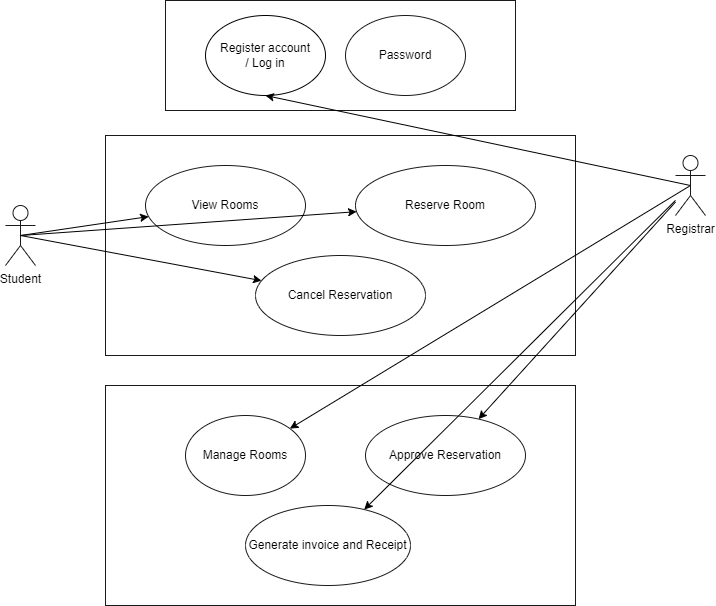
The draw.io diagram project/drawio/Alpha/useCasediagram.drawio.png in drshahizan/software-engineering, before a commit. Source tidied: cells renumbered, new cells last; positions are measured from the earlier drawing's top-left corner, leaving out a move shared by most shapes. Its diagram source:
```xml
<mxGraphModel background="#ffffff">
  <root>
    <mxCell id="0" />
    <mxCell id="1" parent="0" />
    <mxCell id="2" style="rounded=0;whiteSpace=wrap;html=1;labelBackgroundColor=none;strokeColor=#1A1A1A;fontColor=#000000;fillColor=#FFFFFF;" parent="1" vertex="1">
      <mxGeometry x="160" width="350" height="110" as="geometry" />
    </mxCell>
    <mxCell id="3" style="rounded=0;whiteSpace=wrap;html=1;labelBackgroundColor=none;strokeColor=#1A1A1A;fontColor=#000000;fillColor=#FFFFFF;" parent="1" vertex="1">
      <mxGeometry x="100" y="135" width="470" height="220" as="geometry" />
    </mxCell>
    <mxCell id="4" style="rounded=0;whiteSpace=wrap;html=1;labelBackgroundColor=none;strokeColor=#1A1A1A;fontColor=#000000;fillColor=#FFFFFF;" parent="1" vertex="1">
      <mxGeometry x="100" y="385" width="470" height="220" as="geometry" />
    </mxCell>
    <mxCell id="5" value="&lt;font color=&quot;#000000&quot;&gt;Register account&lt;br&gt;/ Log in&lt;/font&gt;" style="ellipse;whiteSpace=wrap;html=1;fillColor=#FFFFFF;strokeColor=#000000;" parent="1" vertex="1">
      <mxGeometry x="200" y="15" width="120" height="80" as="geometry" />
    </mxCell>
    <mxCell id="6" value="&lt;font style=&quot;background-color: rgb(255, 255, 255);&quot; color=&quot;#000000&quot;&gt;Password&lt;/font&gt;" style="ellipse;whiteSpace=wrap;html=1;fillColor=#FFFFFF;strokeColor=#1A1A1A;" parent="1" vertex="1">
      <mxGeometry x="340" y="15" width="120" height="80" as="geometry" />
    </mxCell>
    <mxCell id="7" value="Reserve Room" style="ellipse;whiteSpace=wrap;html=1;labelBackgroundColor=#FFFFFF;strokeColor=#1A1A1A;fontColor=#000000;fillColor=#FFFFFF;" parent="1" vertex="1">
      <mxGeometry x="350" y="165" width="180" height="80" as="geometry" />
    </mxCell>
    <mxCell id="8" value="View Rooms" style="ellipse;whiteSpace=wrap;html=1;labelBackgroundColor=#FFFFFF;strokeColor=#1A1A1A;fontColor=#000000;fillColor=#FFFFFF;" parent="1" vertex="1">
      <mxGeometry x="140" y="165" width="160" height="80" as="geometry" />
    </mxCell>
    <mxCell id="9" value="Cancel Reservation" style="ellipse;whiteSpace=wrap;html=1;labelBackgroundColor=#FFFFFF;strokeColor=#1A1A1A;fontColor=#000000;fillColor=#FFFFFF;" parent="1" vertex="1">
      <mxGeometry x="250" y="255" width="170" height="80" as="geometry" />
    </mxCell>
    <mxCell id="10" value="Manage Rooms" style="ellipse;whiteSpace=wrap;html=1;labelBackgroundColor=#FFFFFF;strokeColor=#1A1A1A;fontColor=#000000;fillColor=#FFFFFF;" parent="1" vertex="1">
      <mxGeometry x="180" y="415" width="120" height="80" as="geometry" />
    </mxCell>
    <mxCell id="11" value="Approve Reservation" style="ellipse;whiteSpace=wrap;html=1;labelBackgroundColor=#FFFFFF;strokeColor=#1A1A1A;fontColor=#000000;fillColor=#FFFFFF;" parent="1" vertex="1">
      <mxGeometry x="360" y="415" width="160" height="80" as="geometry" />
    </mxCell>
    <mxCell id="12" value="Generate invoice and Receipt" style="ellipse;whiteSpace=wrap;html=1;labelBackgroundColor=#FFFFFF;strokeColor=#1A1A1A;fontColor=#000000;fillColor=#FFFFFF;" parent="1" vertex="1">
      <mxGeometry x="240" y="505" width="165" height="80" as="geometry" />
    </mxCell>
    <mxCell id="13" style="edgeStyle=none;html=1;exitX=0.5;exitY=0.5;exitDx=0;exitDy=0;exitPerimeter=0;strokeColor=#000000;fontColor=#000000;" parent="1" edge="1" source="15" target="9">
      <mxGeometry relative="1" as="geometry" />
    </mxCell>
    <mxCell id="14" style="edgeStyle=none;html=1;exitX=0.5;exitY=0.5;exitDx=0;exitDy=0;exitPerimeter=0;strokeColor=#000000;fontColor=#000000;" parent="1" edge="1" source="15" target="7">
      <mxGeometry relative="1" as="geometry" />
    </mxCell>
    <mxCell id="15" value="Student" style="shape=umlActor;verticalLabelPosition=bottom;verticalAlign=top;html=1;outlineConnect=0;labelBackgroundColor=none;strokeColor=#1A1A1A;fontColor=#000000;fillColor=#FFFFFF;" parent="1" vertex="1">
      <mxGeometry y="205" width="30" height="60" as="geometry" />
    </mxCell>
    <mxCell id="16" style="edgeStyle=none;html=1;exitX=0.5;exitY=0.5;exitDx=0;exitDy=0;exitPerimeter=0;strokeColor=#000000;fontColor=#000000;" parent="1" edge="1" source="18" target="10">
      <mxGeometry relative="1" as="geometry" />
    </mxCell>
    <mxCell id="17" style="edgeStyle=none;html=1;exitX=0.5;exitY=0.5;exitDx=0;exitDy=0;exitPerimeter=0;entryX=0.5;entryY=1;entryDx=0;entryDy=0;strokeColor=#000000;fontColor=#000000;" parent="1" edge="1" source="18" target="5">
      <mxGeometry relative="1" as="geometry" />
    </mxCell>
    <mxCell id="18" value="Registrar" style="shape=umlActor;verticalLabelPosition=bottom;verticalAlign=top;html=1;outlineConnect=0;labelBackgroundColor=none;strokeColor=#1A1A1A;fontColor=#000000;fillColor=#FFFFFF;" parent="1" vertex="1">
      <mxGeometry x="670" y="155" width="30" height="60" as="geometry" />
    </mxCell>
    <mxCell id="19" style="endArrow=classic;html=1;fontColor=#000000;strokeColor=#000000;" parent="1" edge="1" source="18" target="11">
      <mxGeometry relative="1" as="geometry" />
    </mxCell>
    <mxCell id="20" style="endArrow=classic;html=1;strokeColor=#000000;fontColor=#000000;" parent="1" edge="1" source="18" target="12">
      <mxGeometry relative="1" as="geometry" />
    </mxCell>
    <mxCell id="21" style="endArrow=classic;html=1;strokeColor=#000000;fontColor=#000000;exitX=0.5;exitY=0.5;exitDx=0;exitDy=0;exitPerimeter=0;" parent="1" edge="1" source="15" target="8">
      <mxGeometry relative="1" as="geometry" />
    </mxCell>
  </root>
</mxGraphModel>
```
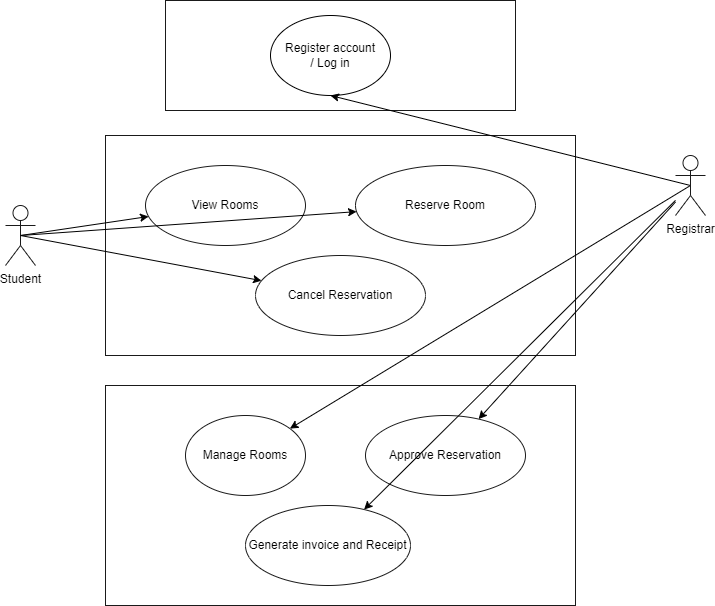
After the commit.

The edit, as a diff of the source:
```diff
@@ -12,11 +12,8 @@
       <mxGeometry x="100" y="385" width="470" height="220" as="geometry" />
     </mxCell>
     <mxCell id="5" value="&lt;font color=&quot;#000000&quot;&gt;Register account&lt;br&gt;/ Log in&lt;/font&gt;" style="ellipse;whiteSpace=wrap;html=1;fillColor=#FFFFFF;strokeColor=#000000;" parent="1" vertex="1">
-      <mxGeometry x="200" y="15" width="120" height="80" as="geometry" />
+      <mxGeometry x="265" y="15" width="120" height="80" as="geometry" />
     </mxCell>
-    <mxCell id="6" value="&lt;font style=&quot;background-color: rgb(255, 255, 255);&quot; color=&quot;#000000&quot;&gt;Password&lt;/font&gt;" style="ellipse;whiteSpace=wrap;html=1;fillColor=#FFFFFF;strokeColor=#1A1A1A;" parent="1" vertex="1">
-      <mxGeometry x="340" y="15" width="120" height="80" as="geometry" />
-    </mxCell>
     <mxCell id="7" value="Reserve Room" style="ellipse;whiteSpace=wrap;html=1;labelBackgroundColor=#FFFFFF;strokeColor=#1A1A1A;fontColor=#000000;fillColor=#FFFFFF;" parent="1" vertex="1">
       <mxGeometry x="350" y="165" width="180" height="80" as="geometry" />
     </mxCell>
```
